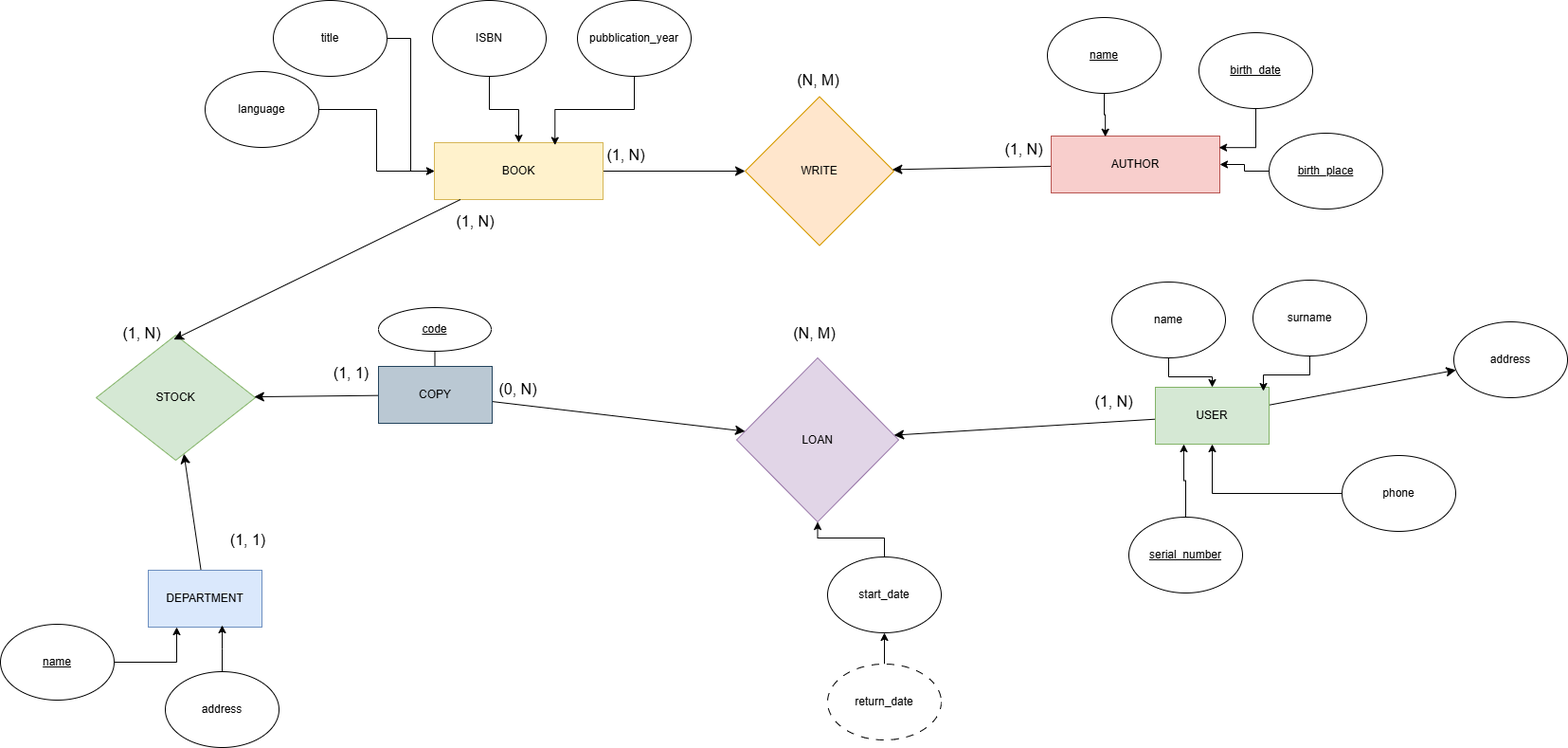
Earlier version of the draw.io export public/ER.png (michele25-10/BasiDatiBiblioteca). Source tidied: cells renumbered, new cells last; positions are measured from the earlier drawing's top-left corner, leaving out a move shared by most shapes.
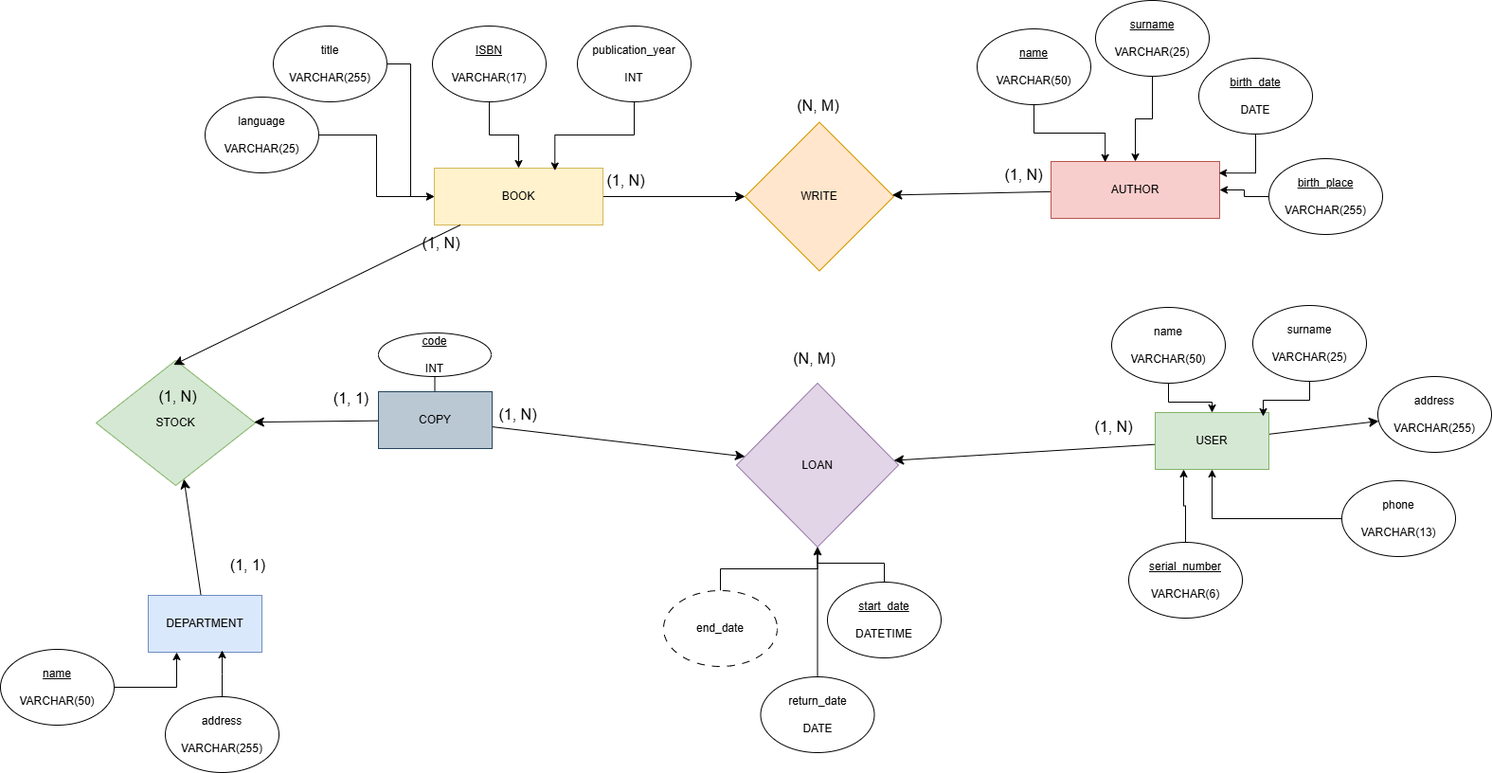
The same file after the commit.

Commit message:
Modifiche diagrammi

The edit, as a diff of the source:
```diff
@@ -11,16 +11,16 @@
     <mxCell id="4" style="edgeStyle=orthogonalEdgeStyle;rounded=0;jettySize=auto;html=1;" parent="1" edge="1" source="5" target="3">
       <mxGeometry relative="1" as="geometry" />
     </mxCell>
-    <mxCell id="5" value="ISBN" style="ellipse;whiteSpace=wrap;html=1;" parent="1" vertex="1">
+    <mxCell id="5" value="&lt;u&gt;ISBN&lt;/u&gt;&lt;br&gt;&lt;br&gt;VARCHAR(17)" style="ellipse;whiteSpace=wrap;html=1;" parent="1" vertex="1">
       <mxGeometry x="456" width="120" height="80" as="geometry" />
     </mxCell>
     <mxCell id="6" style="edgeStyle=orthogonalEdgeStyle;rounded=0;jettySize=auto;html=1;entryX=0;entryY=0.5;entryDx=0;entryDy=0;" parent="1" edge="1" source="7" target="3">
       <mxGeometry relative="1" as="geometry" />
     </mxCell>
-    <mxCell id="7" value="title" style="ellipse;whiteSpace=wrap;html=1;" parent="1" vertex="1">
+    <mxCell id="7" value="title&lt;br&gt;&lt;br&gt;VARCHAR(255)" style="ellipse;whiteSpace=wrap;html=1;" parent="1" vertex="1">
       <mxGeometry x="288" width="120" height="80" as="geometry" />
     </mxCell>
-    <mxCell id="8" value="pubblication_year" style="ellipse;whiteSpace=wrap;html=1;" parent="1" vertex="1">
+    <mxCell id="8" value="publication_year&lt;br&gt;&lt;br&gt;INT" style="ellipse;whiteSpace=wrap;html=1;" parent="1" vertex="1">
       <mxGeometry x="609" width="120" height="80" as="geometry" />
     </mxCell>
     <mxCell id="9" value="WRITE" style="rhombus;whiteSpace=wrap;html=1;fillColor=#ffe6cc;strokeColor=#d79b00;" parent="1" vertex="1">
@@ -32,22 +32,22 @@
     <mxCell id="11" value="AUTHOR" style="rounded=0;whiteSpace=wrap;html=1;fillColor=#f8cecc;strokeColor=#b85450;" parent="1" vertex="1">
       <mxGeometry x="1109" y="143" width="178" height="60" as="geometry" />
     </mxCell>
-    <mxCell id="12" value="&lt;u&gt;name&lt;/u&gt;" style="ellipse;whiteSpace=wrap;html=1;" parent="1" vertex="1">
-      <mxGeometry x="1105" y="18" width="120" height="80" as="geometry" />
+    <mxCell id="12" value="&lt;u&gt;name&lt;/u&gt;&lt;br&gt;&lt;br&gt;VARCHAR(50)" style="ellipse;whiteSpace=wrap;html=1;" parent="1" vertex="1">
+      <mxGeometry x="1031" y="3" width="120" height="80" as="geometry" />
     </mxCell>
-    <mxCell id="13" value="&lt;u&gt;birth_date&lt;/u&gt;" style="ellipse;whiteSpace=wrap;html=1;" parent="1" vertex="1">
+    <mxCell id="13" value="&lt;u&gt;birth_date&lt;/u&gt;&lt;br&gt;&lt;br&gt;DATE" style="ellipse;whiteSpace=wrap;html=1;" parent="1" vertex="1">
       <mxGeometry x="1265" y="34" width="120" height="80" as="geometry" />
     </mxCell>
     <mxCell id="14" style="edgeStyle=orthogonalEdgeStyle;rounded=0;jettySize=auto;html=1;" parent="1" edge="1" source="15" target="11">
       <mxGeometry relative="1" as="geometry" />
     </mxCell>
-    <mxCell id="15" value="&lt;u&gt;birth_place&lt;/u&gt;" style="ellipse;whiteSpace=wrap;html=1;" parent="1" vertex="1">
+    <mxCell id="15" value="&lt;u style=&quot;&quot;&gt;birth_place&lt;/u&gt;&lt;br&gt;&lt;br&gt;VARCHAR(255)" style="ellipse;whiteSpace=wrap;html=1;" parent="1" vertex="1">
       <mxGeometry x="1339" y="140" width="120" height="80" as="geometry" />
     </mxCell>
     <mxCell id="16" style="edgeStyle=orthogonalEdgeStyle;rounded=0;jettySize=auto;html=1;" parent="1" edge="1" source="17" target="3">
       <mxGeometry relative="1" as="geometry" />
     </mxCell>
-    <mxCell id="17" value="language" style="ellipse;whiteSpace=wrap;html=1;" parent="1" vertex="1">
+    <mxCell id="17" value="language&lt;br&gt;&lt;br&gt;VARCHAR(25)" style="ellipse;whiteSpace=wrap;html=1;" parent="1" vertex="1">
       <mxGeometry x="216" y="75" width="120" height="80" as="geometry" />
     </mxCell>
     <mxCell id="18" style="edgeStyle=none;curved=1;rounded=0;jettySize=auto;html=1;fontSize=12;startSize=8;endSize=8;" parent="1" edge="1" source="19" target="40">
@@ -59,10 +59,10 @@
     <mxCell id="20" style="edgeStyle=orthogonalEdgeStyle;rounded=0;jettySize=auto;html=1;entryX=0.25;entryY=1;entryDx=0;entryDy=0;" parent="1" edge="1" source="21" target="19">
       <mxGeometry relative="1" as="geometry" />
     </mxCell>
-    <mxCell id="21" value="&lt;u&gt;name&lt;/u&gt;" style="ellipse;whiteSpace=wrap;html=1;" parent="1" vertex="1">
+    <mxCell id="21" value="&lt;u&gt;name&lt;/u&gt;&lt;div&gt;&lt;u&gt;&lt;br&gt;&lt;/u&gt;&lt;/div&gt;&lt;div&gt;VARCHAR(50)&lt;/div&gt;" style="ellipse;whiteSpace=wrap;html=1;" parent="1" vertex="1">
       <mxGeometry y="658" width="120" height="80" as="geometry" />
     </mxCell>
-    <mxCell id="22" value="address" style="ellipse;whiteSpace=wrap;html=1;" parent="1" vertex="1">
+    <mxCell id="22" value="address&lt;div&gt;&lt;br&gt;&lt;/div&gt;&lt;div&gt;VARCHAR(255)&lt;/div&gt;" style="ellipse;whiteSpace=wrap;html=1;" parent="1" vertex="1">
       <mxGeometry x="174" y="708" width="120" height="80" as="geometry" />
     </mxCell>
     <mxCell id="23" style="edgeStyle=none;curved=1;rounded=0;jettySize=auto;html=1;fontSize=12;startSize=8;endSize=8;" parent="1" edge="1" source="25" target="29">
@@ -77,25 +77,25 @@
     <mxCell id="26" style="edgeStyle=orthogonalEdgeStyle;rounded=0;jettySize=auto;html=1;" parent="1" edge="1" source="27" target="25">
       <mxGeometry relative="1" as="geometry" />
     </mxCell>
-    <mxCell id="27" value="name" style="ellipse;whiteSpace=wrap;html=1;" parent="1" vertex="1">
+    <mxCell id="27" value="name&lt;div&gt;&lt;br&gt;&lt;/div&gt;&lt;div&gt;VARCHAR(50)&lt;/div&gt;" style="ellipse;whiteSpace=wrap;html=1;" parent="1" vertex="1">
       <mxGeometry x="1173" y="297" width="120" height="80" as="geometry" />
     </mxCell>
-    <mxCell id="28" value="surname" style="ellipse;whiteSpace=wrap;html=1;" parent="1" vertex="1">
+    <mxCell id="28" value="surname&lt;br&gt;&lt;br&gt;VARCHAR(25)" style="ellipse;whiteSpace=wrap;html=1;" parent="1" vertex="1">
       <mxGeometry x="1322" y="295" width="120" height="80" as="geometry" />
     </mxCell>
-    <mxCell id="29" value="address" style="ellipse;whiteSpace=wrap;html=1;" parent="1" vertex="1">
-      <mxGeometry x="1534" y="339" width="120" height="80" as="geometry" />
+    <mxCell id="29" value="address&lt;br&gt;&lt;br&gt;VARCHAR(255)" style="ellipse;whiteSpace=wrap;html=1;" parent="1" vertex="1">
+      <mxGeometry x="1454" y="370" width="120" height="80" as="geometry" />
     </mxCell>
     <mxCell id="30" style="edgeStyle=orthogonalEdgeStyle;rounded=0;jettySize=auto;html=1;" parent="1" edge="1" source="31" target="25">
       <mxGeometry relative="1" as="geometry" />
     </mxCell>
-    <mxCell id="31" value="phone" style="ellipse;whiteSpace=wrap;html=1;" parent="1" vertex="1">
+    <mxCell id="31" value="phone&lt;br&gt;&lt;br&gt;VARCHAR(13)" style="ellipse;whiteSpace=wrap;html=1;" parent="1" vertex="1">
       <mxGeometry x="1416" y="480" width="120" height="80" as="geometry" />
     </mxCell>
     <mxCell id="32" style="edgeStyle=orthogonalEdgeStyle;rounded=0;jettySize=auto;html=1;entryX=0.25;entryY=1;entryDx=0;entryDy=0;" parent="1" edge="1" source="33" target="25">
       <mxGeometry relative="1" as="geometry" />
     </mxCell>
-    <mxCell id="33" value="&lt;u&gt;serial_number&lt;/u&gt;" style="ellipse;whiteSpace=wrap;html=1;" parent="1" vertex="1">
+    <mxCell id="33" value="&lt;u&gt;serial_number&lt;/u&gt;&lt;div&gt;&lt;u&gt;&lt;br&gt;&lt;/u&gt;&lt;/div&gt;&lt;div&gt;VARCHAR(6)&lt;/div&gt;" style="ellipse;whiteSpace=wrap;html=1;" parent="1" vertex="1">
       <mxGeometry x="1191" y="545" width="120" height="80" as="geometry" />
     </mxCell>
     <mxCell id="34" value="LOAN" style="rhombus;whiteSpace=wrap;html=1;fillColor=#e1d5e7;strokeColor=#9673a6;" parent="1" vertex="1">
@@ -104,9 +104,15 @@
     <mxCell id="35" style="edgeStyle=orthogonalEdgeStyle;rounded=0;jettySize=auto;html=1;entryX=0.5;entryY=1;entryDx=0;entryDy=0;" parent="1" edge="1" source="36" target="34">
       <mxGeometry relative="1" as="geometry" />
     </mxCell>
-    <mxCell id="36" value="start_date" style="ellipse;whiteSpace=wrap;html=1;" parent="1" vertex="1">
+    <mxCell id="36" value="&lt;u&gt;start_date&lt;/u&gt;&lt;br&gt;&lt;br&gt;DATETIME" style="ellipse;whiteSpace=wrap;html=1;" parent="1" vertex="1">
       <mxGeometry x="873" y="587" width="120" height="80" as="geometry" />
     </mxCell>
+    <mxCell id="61" style="edgeStyle=orthogonalEdgeStyle;rounded=0;jettySize=auto;html=1;entryX=0.5;entryY=1;entryDx=0;entryDy=0;" parent="1" edge="1" source="62" target="34">
+      <mxGeometry relative="1" as="geometry" />
+    </mxCell>
+    <mxCell id="62" value="end_date" style="ellipse;whiteSpace=wrap;html=1;dashed=1;dashPattern=8 8;" parent="1" vertex="1">
+      <mxGeometry x="700" y="596" width="120" height="80" as="geometry" />
+    </mxCell>
     <mxCell id="37" value="(1, N)" style="text;html=1;align=center;verticalAlign=middle;strokeColor=none;fillColor=none;fontSize=16;" parent="1" vertex="1">
       <mxGeometry x="630.5" y="147.5" width="58" height="31" as="geometry" />
     </mxCell>
@@ -122,20 +128,20 @@
     <mxCell id="41" style="edgeStyle=orthogonalEdgeStyle;rounded=0;jettySize=auto;html=1;" parent="1" edge="1" source="42" target="49">
       <mxGeometry relative="1" as="geometry" />
     </mxCell>
-    <mxCell id="42" value="&lt;u&gt;code&lt;/u&gt;" style="ellipse;whiteSpace=wrap;html=1;" parent="1" vertex="1">
+    <mxCell id="42" value="&lt;u&gt;code&lt;/u&gt;&lt;br&gt;&lt;br&gt;INT" style="ellipse;whiteSpace=wrap;html=1;" parent="1" vertex="1">
       <mxGeometry x="399" y="324" width="119" height="46" as="geometry" />
     </mxCell>
     <mxCell id="43" style="edgeStyle=none;curved=1;rounded=0;jettySize=auto;html=1;entryX=0.487;entryY=0.035;entryDx=0;entryDy=0;entryPerimeter=0;fontSize=12;startSize=8;endSize=8;" parent="1" edge="1" source="3" target="40">
       <mxGeometry relative="1" as="geometry" />
     </mxCell>
     <mxCell id="44" value="(1, N)" style="text;html=1;align=center;verticalAlign=middle;strokeColor=none;fillColor=none;fontSize=16;" parent="1" vertex="1">
-      <mxGeometry x="472" y="217" width="58" height="31" as="geometry" />
+      <mxGeometry x="436" y="213" width="58" height="31" as="geometry" />
     </mxCell>
     <mxCell id="45" value="(1, 1)" style="text;html=1;align=center;verticalAlign=middle;strokeColor=none;fillColor=none;fontSize=16;" parent="1" vertex="1">
       <mxGeometry x="233" y="553" width="55" height="31" as="geometry" />
     </mxCell>
     <mxCell id="46" value="(1, N)" style="text;html=1;align=center;verticalAlign=middle;strokeColor=none;fillColor=none;fontSize=16;" parent="1" vertex="1">
-      <mxGeometry x="120" y="335" width="58" height="31" as="geometry" />
+      <mxGeometry x="158" y="375" width="58" height="31" as="geometry" />
     </mxCell>
     <mxCell id="47" style="edgeStyle=none;curved=1;rounded=0;jettySize=auto;html=1;fontSize=12;startSize=8;endSize=8;" parent="1" edge="1" source="49" target="40">
       <mxGeometry relative="1" as="geometry" />
@@ -149,7 +155,7 @@
     <mxCell id="50" value="(1, 1)" style="text;html=1;align=center;verticalAlign=middle;strokeColor=none;fillColor=none;fontSize=16;" parent="1" vertex="1">
       <mxGeometry x="342" y="377" width="55" height="31" as="geometry" />
     </mxCell>
-    <mxCell id="51" value="(0, N)" style="text;html=1;align=center;verticalAlign=middle;strokeColor=none;fillColor=none;fontSize=16;" parent="1" vertex="1">
+    <mxCell id="51" value="(1, N)" style="text;html=1;align=center;verticalAlign=middle;strokeColor=none;fillColor=none;fontSize=16;" parent="1" vertex="1">
       <mxGeometry x="516.5" y="394.5" width="58" height="31" as="geometry" />
     </mxCell>
     <mxCell id="52" value="(1, N)" style="text;html=1;align=center;verticalAlign=middle;strokeColor=none;fillColor=none;fontSize=16;" parent="1" vertex="1">
@@ -175,11 +181,17 @@
     <mxCell id="58" style="edgeStyle=orthogonalEdgeStyle;rounded=0;jettySize=auto;html=1;entryX=0.95;entryY=0.067;entryDx=0;entryDy=0;entryPerimeter=0;" parent="1" edge="1" source="28" target="25">
       <mxGeometry relative="1" as="geometry" />
     </mxCell>
-    <mxCell id="59" style="edgeStyle=orthogonalEdgeStyle;rounded=0;jettySize=auto;html=1;exitX=0.5;exitY=0;exitDx=0;exitDy=0;entryX=0.5;entryY=1;entryDx=0;entryDy=0;" parent="1" edge="1" source="60" target="36">
-      <mxGeometry relative="1" as="geometry" />
-    </mxCell>
-    <mxCell id="60" value="return_date" style="ellipse;whiteSpace=wrap;html=1;dashed=1;dashPattern=8 8;" parent="1" vertex="1">
-      <mxGeometry x="873" y="700" width="120" height="80" as="geometry" />
-    </mxCell>
+    <mxCell id="63" style="edgeStyle=orthogonalEdgeStyle;rounded=0;jettySize=auto;html=1;entryX=0.5;entryY=1;entryDx=0;entryDy=0;" parent="1" edge="1" source="64" target="34">
+      <mxGeometry relative="1" as="geometry" />
+    </mxCell>
+    <mxCell id="64" value="return_date&lt;br&gt;&lt;br&gt;DATE" style="ellipse;whiteSpace=wrap;html=1;" parent="1" vertex="1">
+      <mxGeometry x="802.5" y="687" width="120" height="80" as="geometry" />
+    </mxCell>
+    <mxCell id="65" style="edgeStyle=orthogonalEdgeStyle;rounded=0;jettySize=auto;html=1;" parent="1" edge="1" source="66" target="11">
+      <mxGeometry relative="1" as="geometry" />
+    </mxCell>
+    <mxCell id="66" value="&lt;u&gt;surname&lt;/u&gt;&lt;br&gt;&lt;br&gt;VARCHAR(25)" style="ellipse;whiteSpace=wrap;html=1;" parent="1" vertex="1">
+      <mxGeometry x="1156" y="-27" width="120" height="80" as="geometry" />
+    </mxCell>
   </root>
 </mxGraphModel>
```
